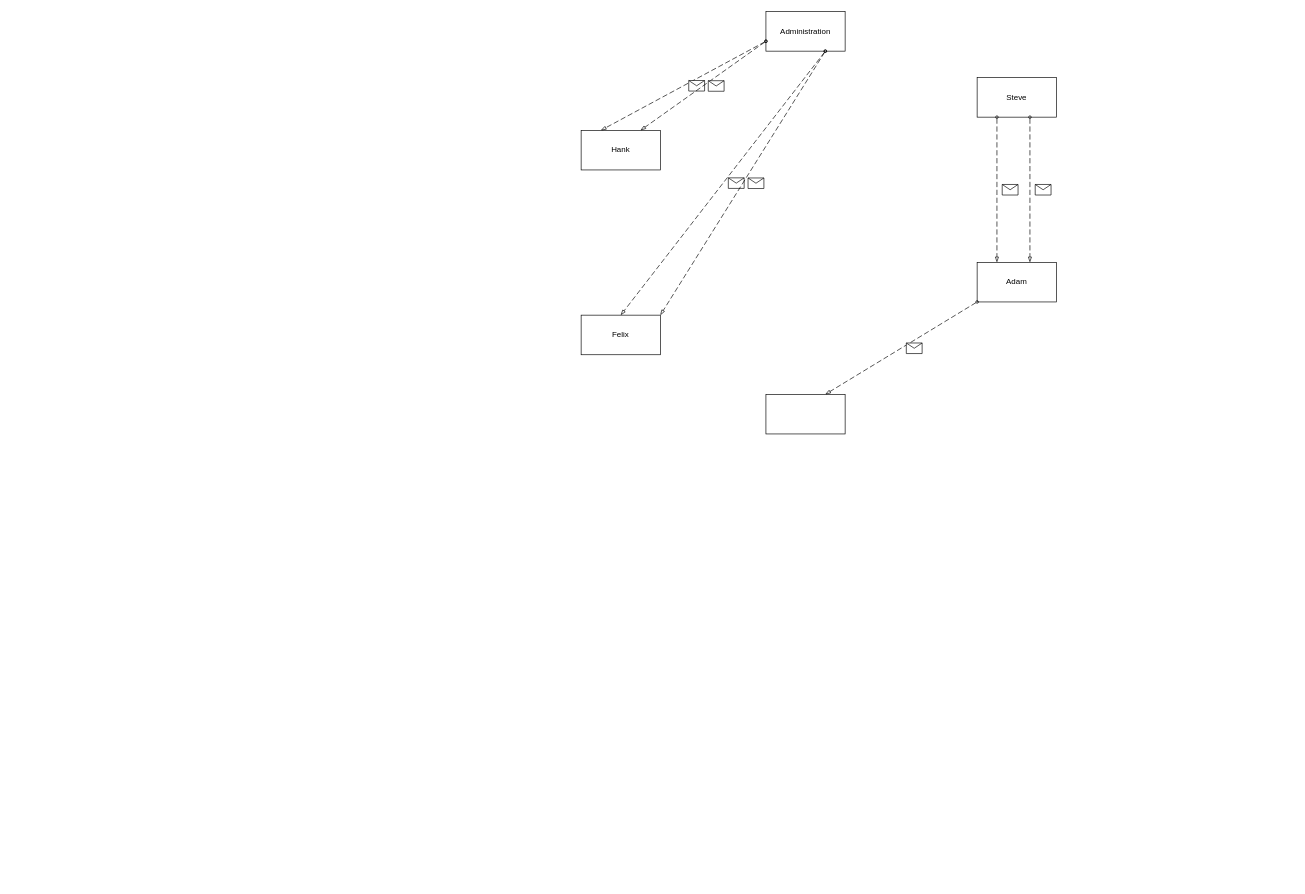
This is email.drawio from schuyler-j/projects, a draw.io file, before an edit. Source tidied: cells renumbered, new cells numbered last; positions are measured from the earlier drawing's top-left corner, leaving out a move shared by most shapes. Both pictures are drawn from the tidied source at 66%, with x=0, y=0 at pixel (581, 11).
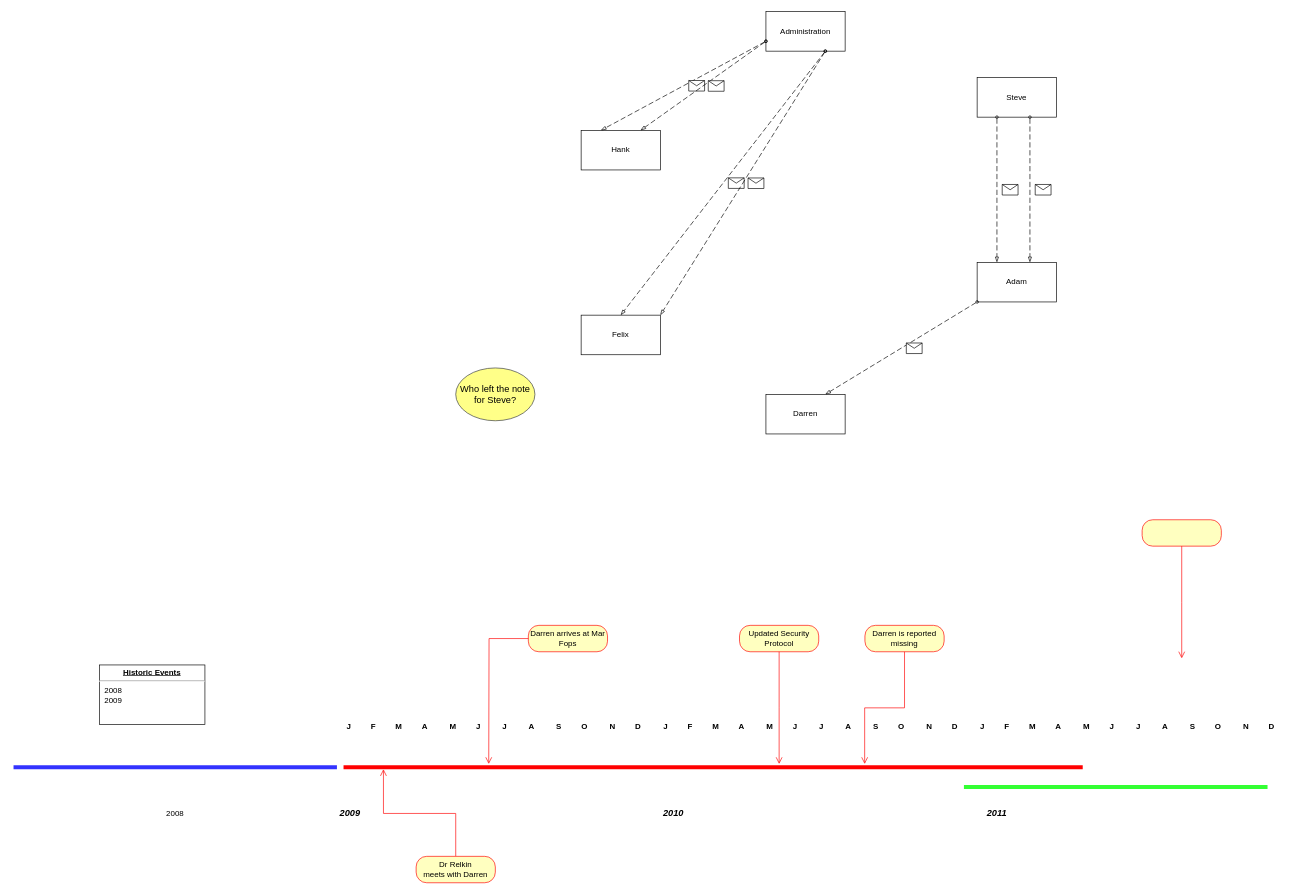
The same page after the edit.

What changed in the source:
```diff
@@
-    <mxCell id="19" style="rounded=0;whiteSpace=wrap;html=1;" parent="1" vertex="1">
+    <mxCell id="19" value="Darren" style="rounded=0;whiteSpace=wrap;html=1;" parent="1" vertex="1">
       <mxGeometry x="280" y="580" width="120" height="60" as="geometry" />
     </mxCell>
@@
+    <mxCell id="22" style="shape=line;html=1;strokeWidth=6;strokeColor=#ff0000;" parent="1" vertex="1">
+      <mxGeometry x="-360" y="1140" width="1120" height="10" as="geometry" />
+    </mxCell>
+    <mxCell id="23" value="2009" style="text;html=1;strokeColor=none;fillColor=none;align=center;verticalAlign=middle;whiteSpace=wrap;rounded=0;shadow=0;fontStyle=3;fontSize=14;" parent="1" vertex="1">
+      <mxGeometry x="-380" y="1200" width="60" height="30" as="geometry" />
+    </mxCell>
+    <mxCell id="24" value="2011" style="text;html=1;strokeColor=none;fillColor=none;align=center;verticalAlign=middle;whiteSpace=wrap;rounded=0;shadow=0;fontStyle=3;fontSize=14;" parent="1" vertex="1">
+      <mxGeometry x="600" y="1200" width="60" height="30" as="geometry" />
+    </mxCell>
+    <mxCell id="25" value="2010" style="text;html=1;strokeColor=none;fillColor=none;align=center;verticalAlign=middle;whiteSpace=wrap;rounded=0;shadow=0;fontStyle=3;fontSize=14;" parent="1" vertex="1">
+      <mxGeometry x="110" y="1200" width="60" height="30" as="geometry" />
+    </mxCell>
+    <mxCell id="26" value="Darren arrives at Mar Fops" style="rounded=1;whiteSpace=wrap;html=1;arcSize=40;fontColor=#000000;fillColor=#ffffc0;strokeColor=#ff0000;" parent="1" vertex="1">
+      <mxGeometry x="-80" y="930" width="120" height="40" as="geometry" />
+    </mxCell>
+    <mxCell id="27" style="edgeStyle=orthogonalEdgeStyle;html=1;verticalAlign=bottom;endArrow=open;endSize=8;strokeColor=#ff0000;rounded=0;" parent="1" edge="1" source="26">
+      <mxGeometry relative="1" as="geometry">
+        <mxPoint x="-140" y="1140" as="targetPoint" />
+      </mxGeometry>
+    </mxCell>
+    <mxCell id="28" style="edgeStyle=orthogonalEdgeStyle;html=1;verticalAlign=bottom;endArrow=open;endSize=8;strokeColor=#ff0000;rounded=0;entryX=0.054;entryY=0.8;entryDx=0;entryDy=0;entryPerimeter=0;" parent="1" edge="1" source="29" target="22">
+      <mxGeometry relative="1" as="geometry" />
+    </mxCell>
+    <mxCell id="29" value="Dr Relkin&lt;br&gt;meets with Darren" style="rounded=1;whiteSpace=wrap;html=1;arcSize=40;fontColor=#000000;fillColor=#ffffc0;strokeColor=#ff0000;" parent="1" vertex="1">
+      <mxGeometry x="-250" y="1280" width="120" height="40" as="geometry" />
+    </mxCell>
+    <mxCell id="30" style="rounded=1;whiteSpace=wrap;html=1;arcSize=40;fontColor=#000000;fillColor=#ffffc0;strokeColor=#ff0000;" parent="1" vertex="1">
+      <mxGeometry x="850" y="770" width="120" height="40" as="geometry" />
+    </mxCell>
+    <mxCell id="31" style="edgeStyle=orthogonalEdgeStyle;html=1;verticalAlign=bottom;endArrow=open;endSize=8;strokeColor=#ff0000;rounded=0;" parent="1" edge="1" source="30">
+      <mxGeometry relative="1" as="geometry">
+        <mxPoint x="910" y="980" as="targetPoint" />
+      </mxGeometry>
+    </mxCell>
+    <mxCell id="32" value="Updated Security Protocol" style="rounded=1;whiteSpace=wrap;html=1;arcSize=40;fontColor=#000000;fillColor=#ffffc0;strokeColor=#ff0000;" parent="1" vertex="1">
+      <mxGeometry x="240" y="930" width="120" height="40" as="geometry" />
+    </mxCell>
+    <mxCell id="33" style="edgeStyle=orthogonalEdgeStyle;html=1;verticalAlign=bottom;endArrow=open;endSize=8;strokeColor=#ff0000;rounded=0;" parent="1" edge="1" source="32">
+      <mxGeometry relative="1" as="geometry">
+        <mxPoint x="300" y="1140" as="targetPoint" />
+      </mxGeometry>
+    </mxCell>
+    <mxCell id="34" value="J         F         M         A          M         J          J          A          S         O          N         D" style="text;align=left;fontStyle=1;verticalAlign=middle;spacingLeft=3;spacingRight=3;strokeColor=none;" parent="1" vertex="1">
+      <mxGeometry x="-360" y="1070" width="480" height="26" as="geometry" />
+    </mxCell>
+    <mxCell id="35" value="J         F         M         A          M         J          J          A          S         O          N         D" style="text;align=left;fontStyle=1;verticalAlign=middle;spacingLeft=3;spacingRight=3;strokeColor=none;" parent="1" vertex="1">
+      <mxGeometry x="120" y="1070" width="480" height="26" as="geometry" />
+    </mxCell>
+    <mxCell id="36" value="J         F         M         A          M         J          J          A          S         O          N         D" style="text;align=left;fontStyle=1;verticalAlign=middle;spacingLeft=3;spacingRight=3;strokeColor=none;" parent="1" vertex="1">
+      <mxGeometry x="600" y="1070" width="480" height="26" as="geometry" />
+    </mxCell>
+    <mxCell id="37" style="shape=line;html=1;strokeWidth=6;strokeColor=#3333FF;" parent="1" vertex="1">
+      <mxGeometry x="-860" y="1140" width="490" height="10" as="geometry" />
+    </mxCell>
+    <mxCell id="38" value="Darren is reported missing" style="rounded=1;whiteSpace=wrap;html=1;arcSize=40;fontColor=#000000;fillColor=#ffffc0;strokeColor=#ff0000;" parent="1" vertex="1">
+      <mxGeometry x="430" y="930" width="120" height="40" as="geometry" />
+    </mxCell>
+    <mxCell id="39" style="edgeStyle=orthogonalEdgeStyle;html=1;verticalAlign=bottom;endArrow=open;endSize=8;strokeColor=#ff0000;rounded=0;entryX=0.705;entryY=0;entryDx=0;entryDy=0;entryPerimeter=0;" parent="1" edge="1" source="38" target="22">
+      <mxGeometry relative="1" as="geometry" />
+    </mxCell>
+    <mxCell id="40" style="shape=line;html=1;strokeWidth=6;strokeColor=#33FF33;" parent="1" vertex="1">
+      <mxGeometry x="580" y="1170" width="460" height="10" as="geometry" />
+    </mxCell>
+    <mxCell id="41" value="2008" style="text;html=1;strokeColor=none;fillColor=none;align=center;verticalAlign=middle;whiteSpace=wrap;rounded=0;" parent="1" vertex="1">
+      <mxGeometry x="-645" y="1200" width="60" height="30" as="geometry" />
+    </mxCell>
+    <mxCell id="42" value="&lt;p style=&quot;margin: 0px ; margin-top: 4px ; text-align: center ; text-decoration: underline&quot;&gt;&lt;b&gt;Historic Events&lt;/b&gt;&lt;/p&gt;&lt;hr&gt;&lt;p style=&quot;margin: 0px ; margin-left: 8px&quot;&gt;2008&lt;br&gt;2009&lt;/p&gt;" style="verticalAlign=top;align=left;overflow=fill;fontSize=12;fontFamily=Helvetica;html=1;shadow=0;strokeColor=#000000;" parent="1" vertex="1">
+      <mxGeometry x="-730" y="990" width="160" height="90" as="geometry" />
+    </mxCell>
+    <mxCell id="43" value="&lt;span&gt;Who left the note for Steve?&lt;/span&gt;" style="ellipse;whiteSpace=wrap;html=1;shadow=0;fontSize=14;strokeColor=#36393d;fillColor=#ffff88;" parent="1" vertex="1">
+      <mxGeometry x="-190" y="540" width="120" height="80" as="geometry" />
+    </mxCell>
```
